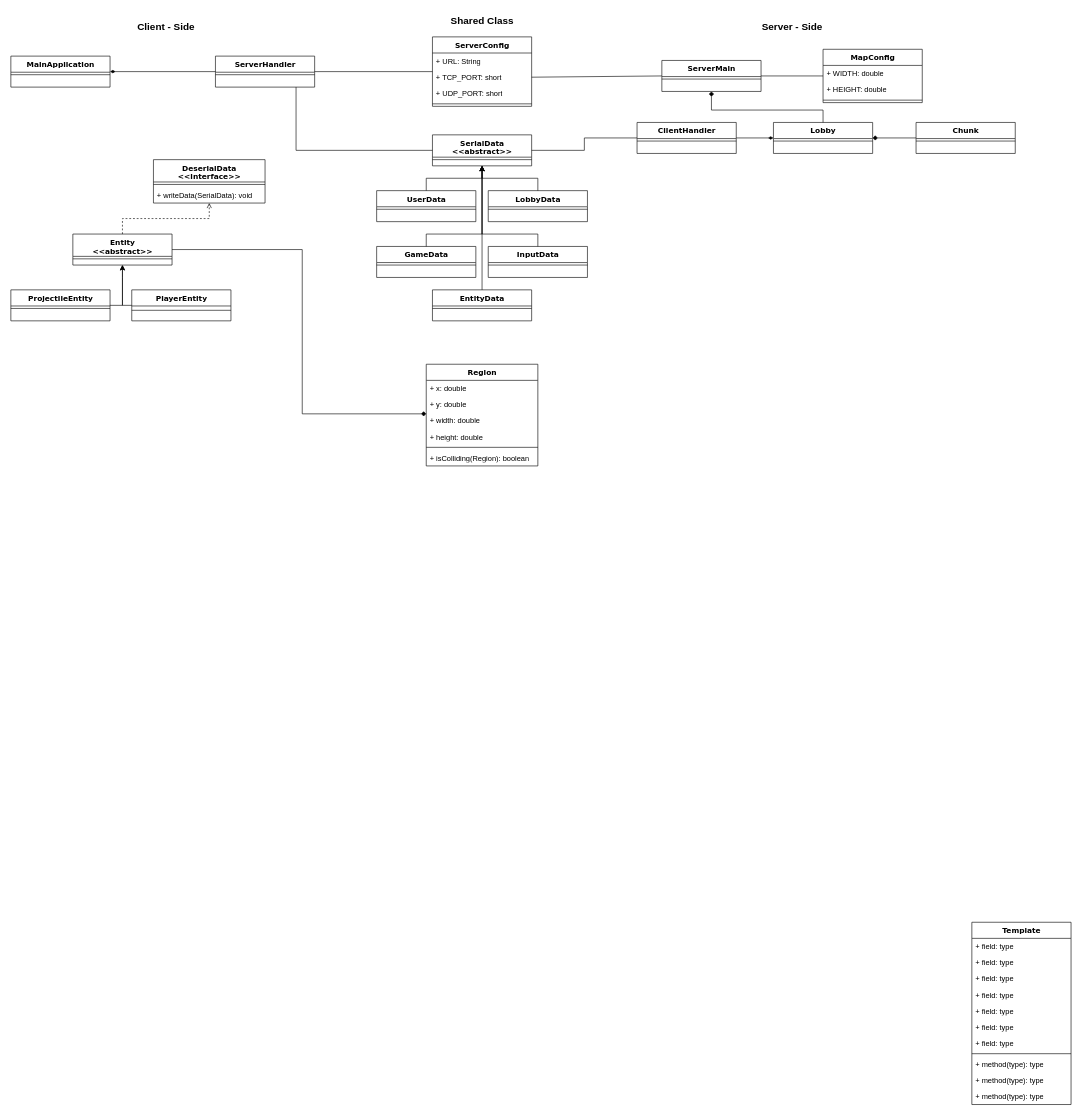
Above: bbc.drawio in DymNomZ/bbc.io (draw.io), before the change. Source tidied: cells renumbered, new cells numbered last; positions are measured from the earlier drawing's top-left corner, leaving out a move shared by most shapes. Both pictures are drawn from the tidied source at 62%, with x=0, y=0 at pixel (11, 11).
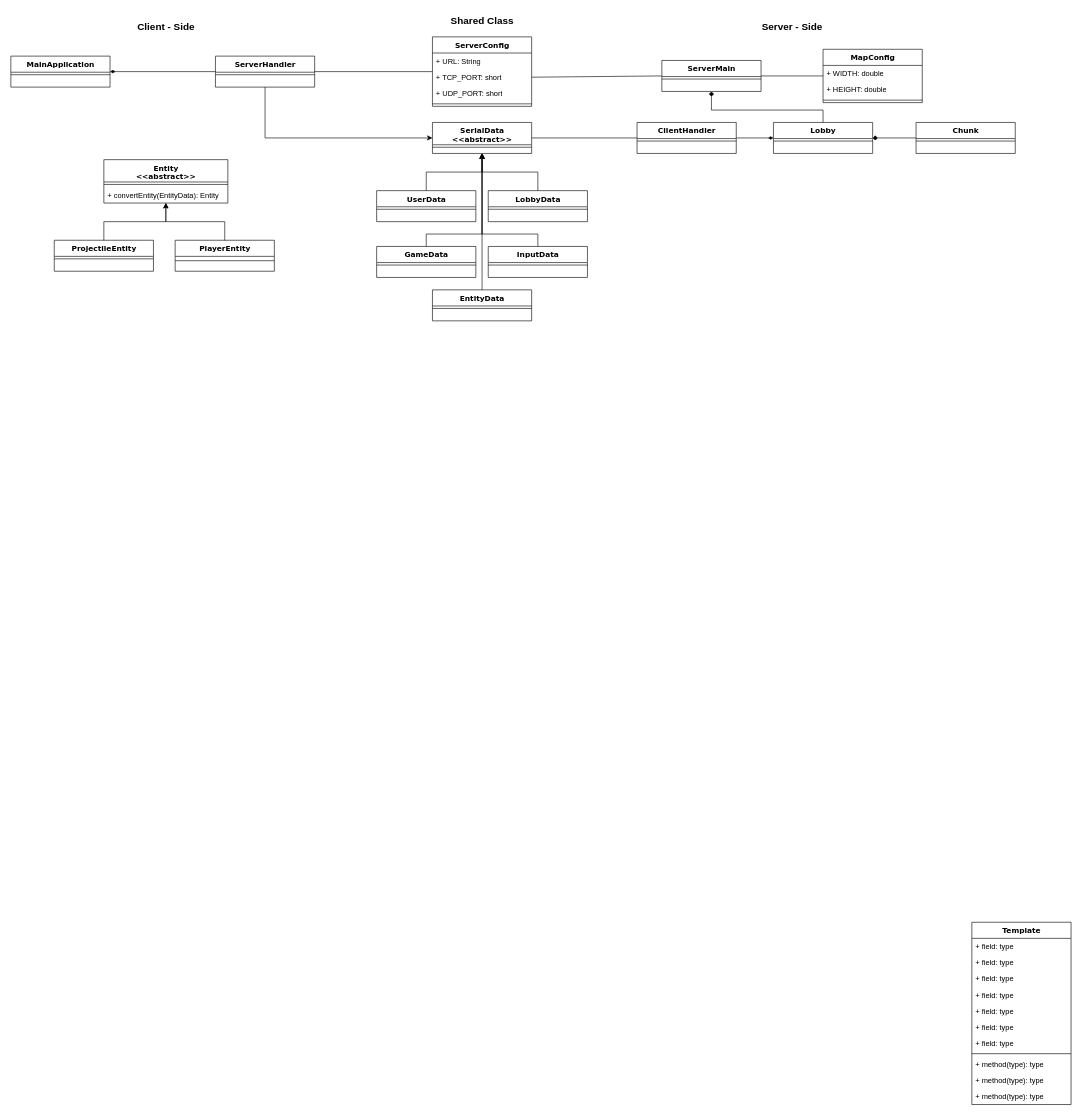
The same page after the edit.

The change refers to these unchanged cells:
```xml
<mxCell id="71" value="ServerHandler" style="swimlane;html=1;fontStyle=1;align=center;verticalAlign=top;horizontal=1;startSize=26;swimlaneFillColor=#ffffff;rounded=0;shadow=0;comic=0;labelBackgroundColor=none;strokeWidth=1;fillColor=none;fontFamily=Verdana;fontSize=12;" parent="1" vertex="1">
  <mxGeometry x="330" y="73" width="160" height="50" as="geometry" />
</mxCell>
```

What changed in the source:
```diff
@@
-    <mxCell id="2" value="Region" style="swimlane;html=1;fontStyle=1;align=center;verticalAlign=top;horizontal=1;startSize=26;swimlaneFillColor=#ffffff;rounded=0;shadow=0;comic=0;labelBackgroundColor=none;strokeWidth=1;fillColor=none;fontFamily=Verdana;fontSize=12;" parent="1" vertex="1">
-      <mxGeometry x="670" y="570" width="180" height="164" as="geometry" />
-    </mxCell>
-    <mxCell id="3" value="+ x: double" style="text;html=1;strokeColor=none;fillColor=none;align=left;verticalAlign=top;spacingLeft=4;spacingRight=4;whiteSpace=wrap;overflow=hidden;" parent="2" vertex="1">
-      <mxGeometry y="26" width="180" height="26" as="geometry" />
-    </mxCell>
-    <mxCell id="4" value="+ y: double" style="text;html=1;strokeColor=none;fillColor=none;align=left;verticalAlign=top;spacingLeft=4;spacingRight=4;whiteSpace=wrap;overflow=hidden;" parent="2" vertex="1">
-      <mxGeometry y="52" width="180" height="26" as="geometry" />
-    </mxCell>
-    <mxCell id="5" value="+ width: double" style="text;html=1;strokeColor=none;fillColor=none;align=left;verticalAlign=top;spacingLeft=4;spacingRight=4;whiteSpace=wrap;overflow=hidden;points=[[0,0.5],[1,0.5]];portConstraint=eastwest;" parent="2" vertex="1">
-      <mxGeometry y="78" width="180" height="26" as="geometry" />
-    </mxCell>
-    <mxCell id="6" value="+ height: double" style="text;html=1;strokeColor=none;fillColor=none;align=left;verticalAlign=top;spacingLeft=4;spacingRight=4;whiteSpace=wrap;overflow=hidden;" parent="2" vertex="1">
-      <mxGeometry y="104" width="180" height="26" as="geometry" />
-    </mxCell>
-    <mxCell id="7" style="line;html=1;strokeWidth=1;fillColor=none;align=left;verticalAlign=middle;spacingTop=-1;spacingLeft=3;spacingRight=3;labelPosition=right;" parent="2" vertex="1">
-      <mxGeometry y="130" width="180" height="8" as="geometry" />
-    </mxCell>
-    <mxCell id="8" value="+ isColliding(Region): boolean" style="text;html=1;strokeColor=none;fillColor=none;align=left;verticalAlign=top;spacingLeft=4;spacingRight=4;whiteSpace=wrap;overflow=hidden;" parent="2" vertex="1">
-      <mxGeometry y="138" width="180" height="26" as="geometry" />
-    </mxCell>
@@
-    <mxCell id="24" style="edgeStyle=orthogonalEdgeStyle;rounded=0;jettySize=auto;html=1;entryX=0.5;entryY=1;entryDx=0;entryDy=0;dashed=1;endArrow=open;endFill=0;" parent="1" edge="1" source="25" target="81">
-      <mxGeometry relative="1" as="geometry" />
-    </mxCell>
     <mxCell id="25" value="Entity&lt;div&gt;&amp;lt;&amp;lt;abstract&amp;gt;&amp;gt;&lt;/div&gt;" style="swimlane;html=1;fontStyle=1;align=center;verticalAlign=top;horizontal=1;startSize=36;swimlaneFillColor=#ffffff;rounded=0;shadow=0;comic=0;labelBackgroundColor=none;strokeWidth=1;fillColor=none;fontFamily=Verdana;fontSize=12;" parent="1" vertex="1">
-      <mxGeometry x="100" y="360" width="160" height="50" as="geometry" />
+      <mxGeometry x="150" y="240" width="200" height="70" as="geometry" />
     </mxCell>
     <mxCell id="26" style="line;html=1;strokeWidth=1;fillColor=none;align=left;verticalAlign=middle;spacingTop=-1;spacingLeft=3;spacingRight=3;labelPosition=right;" parent="25" vertex="1">
-      <mxGeometry y="36" width="160" height="8" as="geometry" />
+      <mxGeometry y="36" width="200" height="8" as="geometry" />
     </mxCell>
+    <mxCell id="84" value="+ convertEntity(EntityData): Entity" style="text;html=1;strokeColor=none;fillColor=none;align=left;verticalAlign=top;spacingLeft=4;spacingRight=4;whiteSpace=wrap;overflow=hidden;" parent="25" vertex="1">
+      <mxGeometry y="44" width="200" height="26" as="geometry" />
+    </mxCell>
     <mxCell id="27" style="edgeStyle=orthogonalEdgeStyle;rounded=0;jettySize=auto;html=1;entryX=0.5;entryY=1;entryDx=0;entryDy=0;" parent="1" edge="1" source="28" target="25">
-      <mxGeometry relative="1" as="geometry">
-        <Array as="points">
-          <mxPoint x="180" y="475" />
-          <mxPoint x="180" y="430" />
-        </Array>
-      </mxGeometry>
+      <mxGeometry relative="1" as="geometry" />
     </mxCell>
     <mxCell id="28" value="ProjectileEntity" style="swimlane;html=1;fontStyle=1;align=center;verticalAlign=top;horizontal=1;startSize=26;swimlaneFillColor=#ffffff;rounded=0;shadow=0;comic=0;labelBackgroundColor=none;strokeWidth=1;fillColor=none;fontFamily=Verdana;fontSize=12;" parent="1" vertex="1">
-      <mxGeometry y="450" width="160" height="50" as="geometry" />
+      <mxGeometry x="70" y="370" width="160" height="50" as="geometry" />
     </mxCell>
@@
-    <mxCell id="30" style="edgeStyle=orthogonalEdgeStyle;rounded=0;jettySize=auto;html=1;" parent="1" edge="1" source="31">
-      <mxGeometry relative="1" as="geometry">
-        <mxPoint x="180" y="410" as="targetPoint" />
-        <Array as="points">
-          <mxPoint x="180" y="475" />
-        </Array>
-      </mxGeometry>
-    </mxCell>
+    <mxCell id="85" style="edgeStyle=orthogonalEdgeStyle;rounded=0;jettySize=auto;html=1;entryX=0.5;entryY=1;entryDx=0;entryDy=0;" parent="1" edge="1" source="31" target="25">
+      <mxGeometry relative="1" as="geometry" />
+    </mxCell>
     <mxCell id="31" value="PlayerEntity" style="swimlane;html=1;fontStyle=1;align=center;verticalAlign=top;horizontal=1;startSize=26;swimlaneFillColor=#ffffff;rounded=0;shadow=0;comic=0;labelBackgroundColor=none;strokeWidth=1;fillColor=none;fontFamily=Verdana;fontSize=12;" parent="1" vertex="1">
-      <mxGeometry x="195" y="450" width="160" height="50" as="geometry" />
+      <mxGeometry x="265" y="370" width="160" height="50" as="geometry" />
     </mxCell>
@@
     <mxCell id="52" value="SerialData&lt;div&gt;&amp;lt;&amp;lt;abstract&amp;gt;&amp;gt;&lt;br&gt;&lt;div&gt;&lt;br&gt;&lt;/div&gt;&lt;/div&gt;" style="swimlane;html=1;fontStyle=1;align=center;verticalAlign=top;horizontal=1;startSize=36;swimlaneFillColor=#ffffff;rounded=0;shadow=0;comic=0;labelBackgroundColor=none;strokeWidth=1;fillColor=none;fontFamily=Verdana;fontSize=12;" parent="1" vertex="1">
-      <mxGeometry x="680" y="200" width="160" height="50" as="geometry" />
+      <mxGeometry x="680" y="180" width="160" height="50" as="geometry" />
     </mxCell>
@@
-    <mxCell id="70" style="edgeStyle=orthogonalEdgeStyle;rounded=0;jettySize=auto;html=1;entryX=0;entryY=0.5;entryDx=0;entryDy=0;endArrow=none;startFill=0;" parent="1" edge="1" source="71" target="52">
+    <mxCell id="70" style="edgeStyle=orthogonalEdgeStyle;rounded=0;jettySize=auto;html=1;entryX=0;entryY=0.5;entryDx=0;entryDy=0;" parent="1" edge="1" source="71" target="52">
       <mxGeometry relative="1" as="geometry">
         <Array as="points">
-          <mxPoint x="460" y="225" />
+          <mxPoint x="410" y="205" />
         </Array>
       </mxGeometry>
     </mxCell>
@@
-    <mxCell id="80" style="edgeStyle=orthogonalEdgeStyle;rounded=0;jettySize=auto;html=1;entryX=0;entryY=0.077;entryDx=0;entryDy=0;entryPerimeter=0;endArrow=diamond;endFill=1;" parent="1" edge="1" source="25" target="5">
-      <mxGeometry relative="1" as="geometry">
-        <Array as="points">
-          <mxPoint x="470" y="385" />
-          <mxPoint x="470" y="650" />
-        </Array>
-      </mxGeometry>
-    </mxCell>
-    <mxCell id="81" value="DeserialData&lt;div&gt;&amp;lt;&amp;lt;interface&amp;gt;&amp;gt;&lt;br&gt;&lt;div&gt;&lt;br&gt;&lt;/div&gt;&lt;/div&gt;" style="swimlane;html=1;fontStyle=1;align=center;verticalAlign=top;horizontal=1;startSize=36;swimlaneFillColor=#ffffff;rounded=0;shadow=0;comic=0;labelBackgroundColor=none;strokeWidth=1;fillColor=none;fontFamily=Verdana;fontSize=12;" parent="1" vertex="1">
-      <mxGeometry x="230" y="240" width="180" height="70" as="geometry" />
-    </mxCell>
-    <mxCell id="82" style="line;html=1;strokeWidth=1;fillColor=none;align=left;verticalAlign=middle;spacingTop=-1;spacingLeft=3;spacingRight=3;labelPosition=right;" parent="81" vertex="1">
-      <mxGeometry y="36" width="180" height="8" as="geometry" />
-    </mxCell>
-    <mxCell id="83" value="+ writeData(SerialData): void" style="text;html=1;strokeColor=none;fillColor=none;align=left;verticalAlign=top;spacingLeft=4;spacingRight=4;whiteSpace=wrap;overflow=hidden;" parent="81" vertex="1">
-      <mxGeometry y="44" width="180" height="26" as="geometry" />
-    </mxCell>
```
